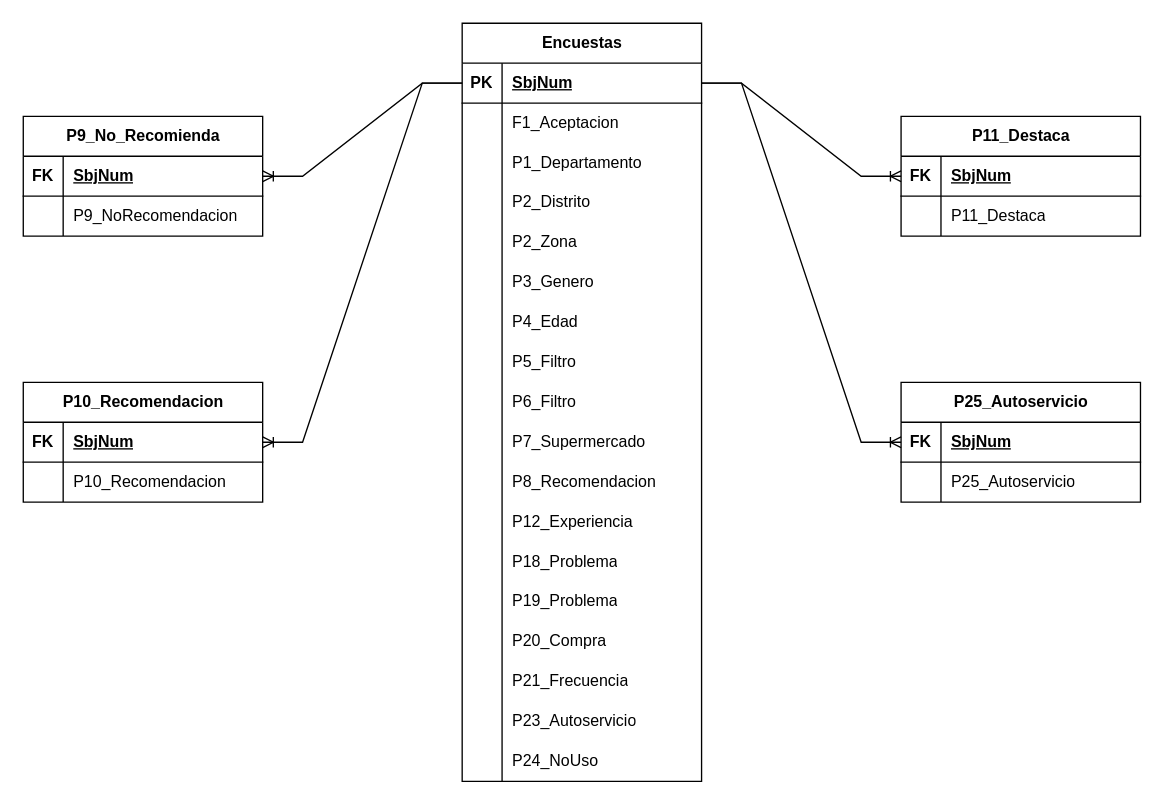
joansaal0900/BL keeps this draw.io diagram as TableauDER.drawio. Above is the earlier version. Source tidied: cells renumbered, new cells numbered last; positions are measured from the earlier drawing's top-left corner, leaving out a move shared by most shapes. Both pictures are drawn from the tidied source at 133%, with x=0, y=0 at pixel (23, 23).
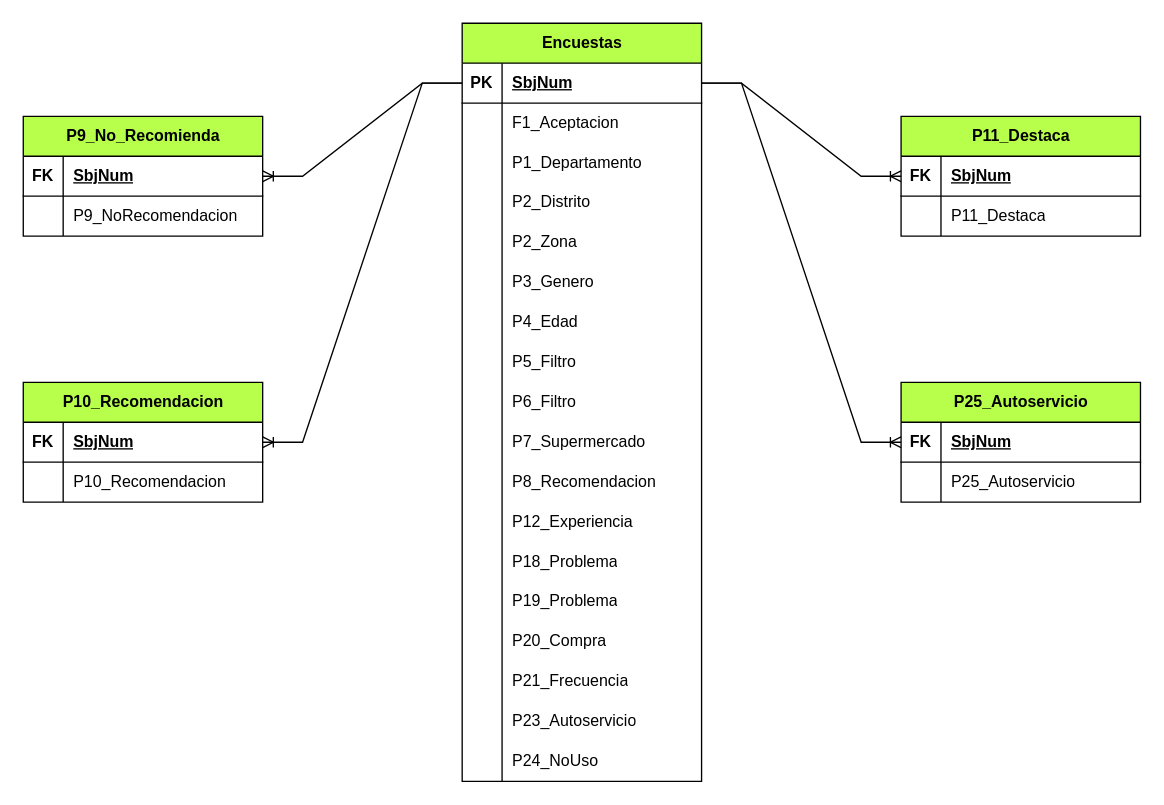
The same diagram, later.

What changed in the source:
```diff
@@
-    <mxCell id="2" value="Encuestas" style="shape=table;startSize=30;childLayout=tableLayout;rowLines=0;fontStyle=1;align=center;html=1;" parent="1" vertex="1">
+    <mxCell id="2" value="Encuestas" style="shape=table;startSize=30;childLayout=tableLayout;rowLines=0;fontStyle=1;align=center;html=1;fillColor=#B7FF4A;" parent="1" vertex="1">
       <mxGeometry x="330" width="180" height="570" as="geometry" />
     </mxCell>
@@
-    <mxCell id="57" value="P9_No_Recomienda" style="shape=table;startSize=30;childLayout=tableLayout;rowLines=0;fontStyle=1;align=center;html=1;" parent="1" vertex="1">
+    <mxCell id="57" value="P9_No_Recomienda" style="shape=table;startSize=30;childLayout=tableLayout;rowLines=0;fontStyle=1;align=center;html=1;fillColor=#B7FF4A;" parent="1" vertex="1">
       <mxGeometry y="70" width="180" height="90" as="geometry" />
     </mxCell>
@@
-    <mxCell id="64" value="P10_Recomendacion" style="shape=table;startSize=30;childLayout=tableLayout;rowLines=0;fontStyle=1;align=center;html=1;" parent="1" vertex="1">
+    <mxCell id="64" value="P10_Recomendacion" style="shape=table;startSize=30;childLayout=tableLayout;rowLines=0;fontStyle=1;align=center;html=1;fillColor=#B7FF4A;" parent="1" vertex="1">
       <mxGeometry y="270" width="180" height="90" as="geometry" />
     </mxCell>
@@
-    <mxCell id="71" value="P25_Autoservicio" style="shape=table;startSize=30;childLayout=tableLayout;rowLines=0;fontStyle=1;align=center;html=1;" parent="1" vertex="1">
+    <mxCell id="71" value="P25_Autoservicio" style="shape=table;startSize=30;childLayout=tableLayout;rowLines=0;fontStyle=1;align=center;html=1;fillColor=#B7FF4A;" parent="1" vertex="1">
       <mxGeometry x="660" y="270" width="180" height="90" as="geometry" />
     </mxCell>
@@
-    <mxCell id="78" value="P11_Destaca" style="shape=table;startSize=30;childLayout=tableLayout;rowLines=0;fontStyle=1;align=center;html=1;" parent="1" vertex="1">
+    <mxCell id="78" value="P11_Destaca" style="shape=table;startSize=30;childLayout=tableLayout;rowLines=0;fontStyle=1;align=center;html=1;fillColor=#B7FF4A;" parent="1" vertex="1">
       <mxGeometry x="660" y="70" width="180" height="90" as="geometry" />
     </mxCell>
```
